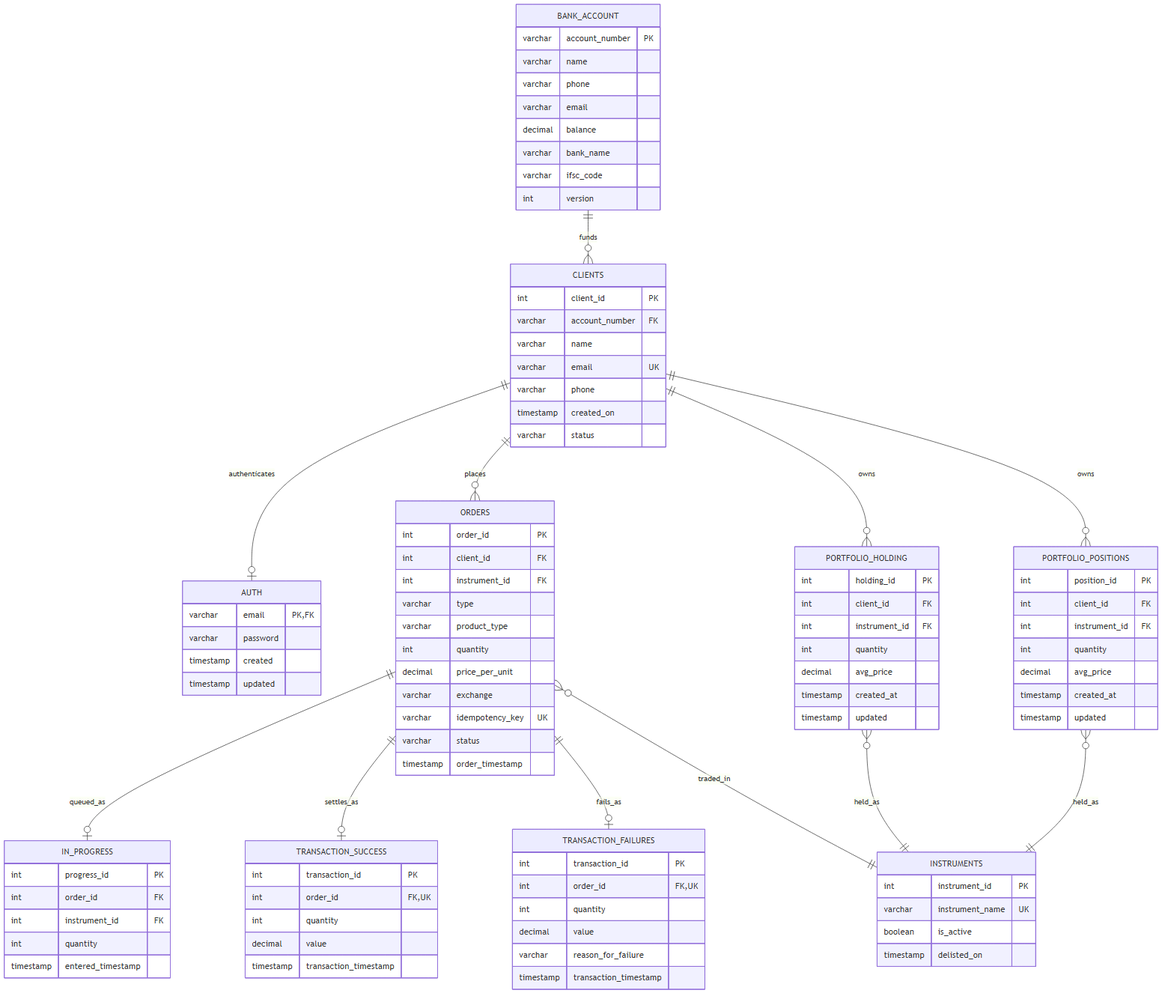
The Mermaid diagram docs/erd.png in SamyukthaJ016/Chennai-capstone-SE3-Team1, before a commit. Its source is kept beside it as docs/erd.mmd. Its diagram source:
```mermaid
erDiagram
    BANK_ACCOUNT {
        varchar   account_number  PK
        varchar   name
        varchar   phone
        varchar   email
        decimal   balance
        varchar   bank_name
        varchar   ifsc_code
        int       version
    }
    CLIENTS {
        int       client_id       PK
        varchar   account_number  FK
        varchar   name
        varchar   email           UK
        varchar   phone
        timestamp created_on
        varchar   status
    }
    AUTH {
        varchar   email           PK,FK
        varchar   password
        timestamp created
        timestamp updated
    }
    ORDERS {
        int       order_id        PK
        int       client_id       FK
        int       instrument_id   FK
        varchar   type
        varchar   product_type
        int       quantity
        decimal   price_per_unit
        varchar   exchange
        varchar   idempotency_key UK
        varchar   status
        timestamp order_timestamp
    }
    PORTFOLIO_HOLDING {
        int       holding_id      PK
        int       client_id       FK
        int       instrument_id   FK
        int       quantity
        decimal   avg_price
        timestamp created_at
        timestamp updated
    }
    PORTFOLIO_POSITIONS {
        int       position_id     PK
        int       client_id       FK
        int       instrument_id   FK
        int       quantity
        decimal   avg_price
        timestamp created_at
        timestamp updated
    }
    IN_PROGRESS {
        int       progress_id     PK
        int       order_id        FK
        int       instrument_id   FK
        int       quantity
        timestamp entered_timestamp
    }
    TRANSACTION_SUCCESS {
        int       transaction_id  PK
        int       order_id        FK,UK
        int       quantity
        decimal   value
        timestamp transaction_timestamp
    }
    TRANSACTION_FAILURES {
        int       transaction_id  PK
        int       order_id        FK,UK
        int       quantity
        decimal   value
        varchar   reason_for_failure
        timestamp transaction_timestamp
    }
    INSTRUMENTS {
        int       instrument_id   PK
        varchar   instrument_name UK
        boolean   is_active
        timestamp delisted_on
    }

    BANK_ACCOUNT         ||--o{ CLIENTS              : funds
    CLIENTS              ||--o| AUTH                 : authenticates
    CLIENTS              ||--o{ ORDERS               : places
    CLIENTS              ||--o{ PORTFOLIO_HOLDING    : owns
    CLIENTS              ||--o{ PORTFOLIO_POSITIONS  : owns
    ORDERS               ||--o| IN_PROGRESS          : queued_as
    ORDERS               ||--o| TRANSACTION_SUCCESS  : settles_as
    ORDERS               ||--o| TRANSACTION_FAILURES : fails_as
    ORDERS               }o--|| INSTRUMENTS          : traded_in
    PORTFOLIO_HOLDING    }o--|| INSTRUMENTS          : held_as
    PORTFOLIO_POSITIONS  }o--|| INSTRUMENTS          : held_as
```
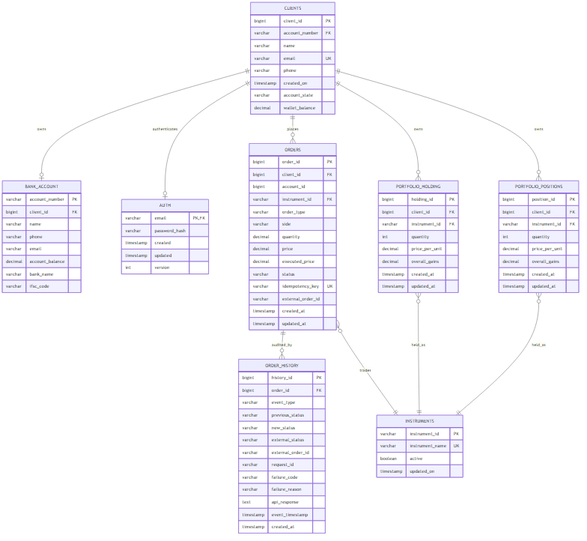
After the commit.

What changed in the source:
```diff
@@ -1,97 +1,95 @@
 erDiagram
     BANK_ACCOUNT {
         varchar   account_number  PK
+        bigint    client_id       FK
         varchar   name
         varchar   phone
         varchar   email
-        decimal   balance
+        decimal   account_balance
         varchar   bank_name
         varchar   ifsc_code
-        int       version
     }
     CLIENTS {
-        int       client_id       PK
+        bigint    client_id       PK
         varchar   account_number  FK
         varchar   name
         varchar   email           UK
         varchar   phone
         timestamp created_on
-        varchar   status
+        varchar   account_state
+        decimal   wallet_balance
     }
     AUTH {
         varchar   email           PK,FK
-        varchar   password
+        varchar   password_hash
         timestamp created
         timestamp updated
+        int       version
+    }
+    INSTRUMENTS {
+        varchar   instrument_id   PK
+        varchar   instrument_name UK
+        boolean   active
+        timestamp updated_on
     }
     ORDERS {
-        int       order_id        PK
-        int       client_id       FK
-        int       instrument_id   FK
-        varchar   type
-        varchar   product_type
+        bigint    order_id          PK
+        bigint    client_id         FK
+        bigint    account_id
+        varchar   instrument_id     FK
+        varchar   order_type
+        varchar   side
+        decimal   quantity
+        decimal   price
+        decimal   executed_price
+        varchar   status
+        varchar   idempotency_key   UK
+        varchar   external_order_id
+        timestamp created_at
+        timestamp updated_at
+    }
+    ORDER_HISTORY {
+        bigint    history_id        PK
+        bigint    order_id          FK
+        varchar   event_type
+        varchar   previous_status
+        varchar   new_status
+        varchar   external_status
+        varchar   external_order_id
+        varchar   request_id
+        varchar   failure_code
+        varchar   failure_reason
+        text      api_response
+        timestamp event_timestamp
+        timestamp created_at
+    }
+    PORTFOLIO_HOLDING {
+        bigint    holding_id      PK
+        bigint    client_id       FK
+        varchar   instrument_id   FK
         int       quantity
         decimal   price_per_unit
-        varchar   exchange
-        varchar   idempotency_key UK
-        varchar   status
-        timestamp order_timestamp
-    }
-    PORTFOLIO_HOLDING {
-        int       holding_id      PK
-        int       client_id       FK
-        int       instrument_id   FK
-        int       quantity
-        decimal   avg_price
+        decimal   overall_gains
         timestamp created_at
-        timestamp updated
+        timestamp updated_at
     }
     PORTFOLIO_POSITIONS {
-        int       position_id     PK
-        int       client_id       FK
-        int       instrument_id   FK
+        bigint    position_id     PK
+        bigint    client_id       FK
+        varchar   instrument_id   FK
         int       quantity
-        decimal   avg_price
+        decimal   price_per_unit
+        decimal   overall_gains
         timestamp created_at
-        timestamp updated
-    }
-    IN_PROGRESS {
-        int       progress_id     PK
-        int       order_id        FK
-        int       instrument_id   FK
-        int       quantity
-        timestamp entered_timestamp
-    }
-    TRANSACTION_SUCCESS {
-        int       transaction_id  PK
-        int       order_id        FK,UK
-        int       quantity
-        decimal   value
-        timestamp transaction_timestamp
-    }
-    TRANSACTION_FAILURES {
-        int       transaction_id  PK
-        int       order_id        FK,UK
-        int       quantity
-        decimal   value
-        varchar   reason_for_failure
-        timestamp transaction_timestamp
-    }
-    INSTRUMENTS {
-        int       instrument_id   PK
-        varchar   instrument_name UK
-        boolean   is_active
-        timestamp delisted_on
+        timestamp updated_at
     }
 
-    BANK_ACCOUNT         ||--o{ CLIENTS              : funds
-    CLIENTS              ||--o| AUTH                 : authenticates
-    CLIENTS              ||--o{ ORDERS               : places
-    CLIENTS              ||--o{ PORTFOLIO_HOLDING    : owns
-    CLIENTS              ||--o{ PORTFOLIO_POSITIONS  : owns
-    ORDERS               ||--o| IN_PROGRESS          : queued_as
-    ORDERS               ||--o| TRANSACTION_SUCCESS  : settles_as
-    ORDERS               ||--o| TRANSACTION_FAILURES : fails_as
-    ORDERS               }o--|| INSTRUMENTS          : traded_in
-    PORTFOLIO_HOLDING    }o--|| INSTRUMENTS          : held_as
-    PORTFOLIO_POSITIONS  }o--|| INSTRUMENTS          : held_as
+    CLIENTS              ||--o| BANK_ACCOUNT        : owns
+    CLIENTS              ||--o| AUTH                : authenticates
+    CLIENTS              ||--o{ ORDERS              : places
+    ORDERS               ||--o{ ORDER_HISTORY       : audited_by
+    ORDERS               }o--|| INSTRUMENTS         : trades
+    CLIENTS              ||--o{ PORTFOLIO_HOLDING   : owns
+    CLIENTS              ||--o{ PORTFOLIO_POSITIONS : owns
+    PORTFOLIO_HOLDING    }o--|| INSTRUMENTS         : held_as
+    PORTFOLIO_POSITIONS  }o--|| INSTRUMENTS         : held_as
```
